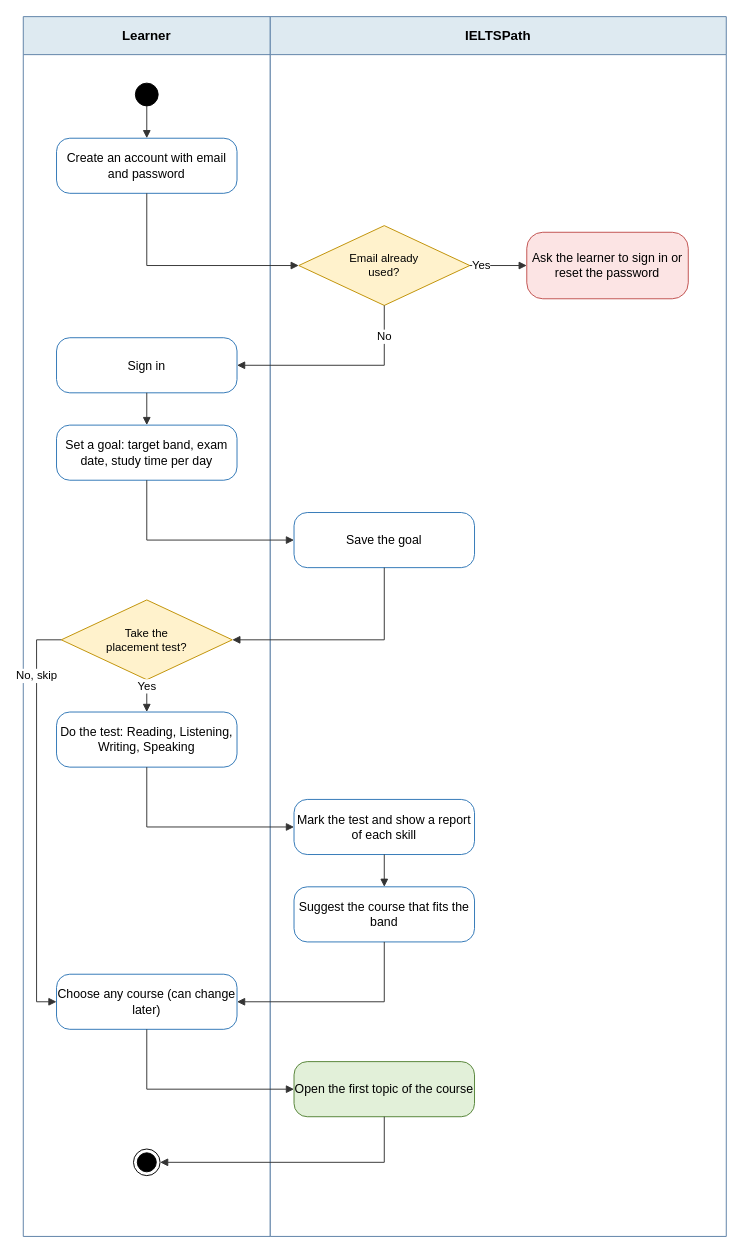
Before: page "SC-01 Activity" (1 of 4) of capstone-docs/rp_3.0_system-requirements-system/diagram_script/part2-diagrams/IELTSPath_Scenarios.drawio in IeltsPath-Platform/backend, a draw.io diagram. Source tidied: cells renumbered, new cells numbered last; positions are measured from the earlier drawing's top-left corner, leaving out a move shared by most shapes. Both pictures are drawn from the tidied source at 95%, with x=0, y=0 at pixel (23, 16).
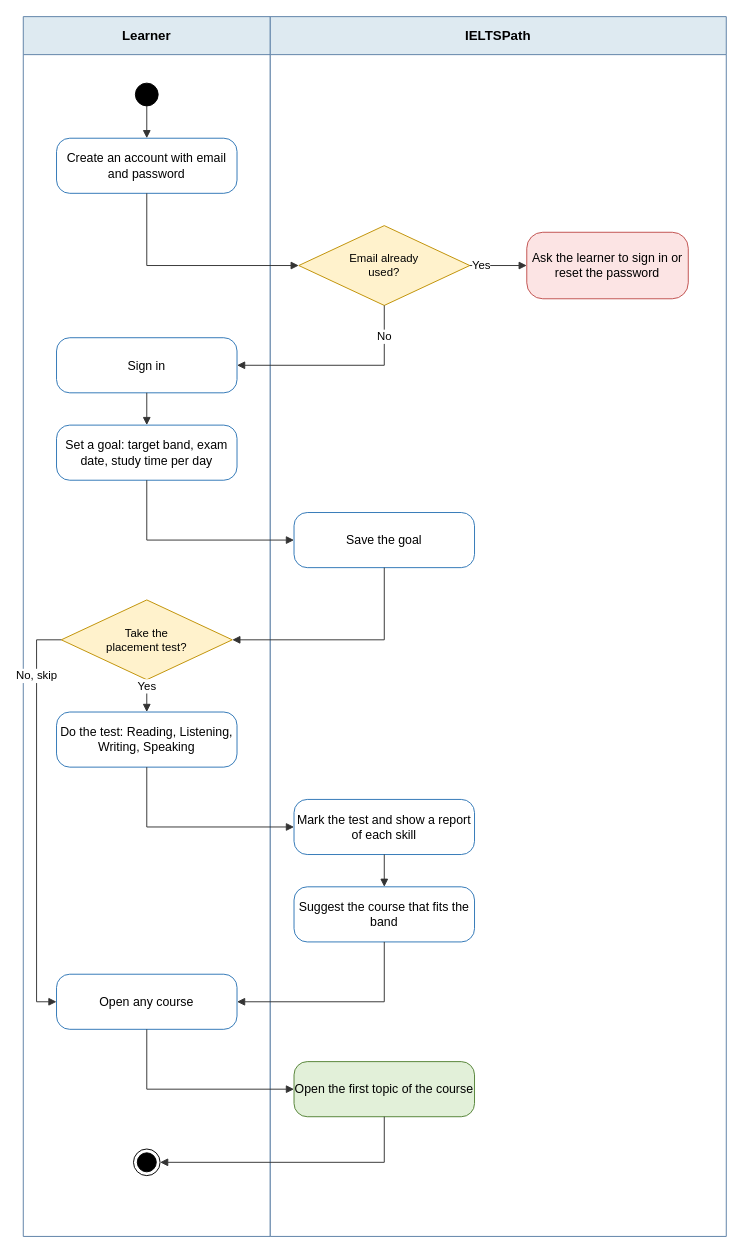
After the change.

Diff of the diagram source:
```diff
@@
-    <mxCell id="15" value="Choose any course (can change later)" style="rounded=1;arcSize=24;whiteSpace=wrap;html=1;fillColor=#FFFFFF;strokeColor=#2E75B6;fontSize=13;" parent="1" vertex="1">
+    <mxCell id="15" value="Open any course" style="rounded=1;arcSize=24;whiteSpace=wrap;html=1;fillColor=#FFFFFF;strokeColor=#2E75B6;fontSize=13;" parent="1" vertex="1">
       <mxGeometry x="35" y="1008" width="190" height="58" as="geometry" />
     </mxCell>
```
